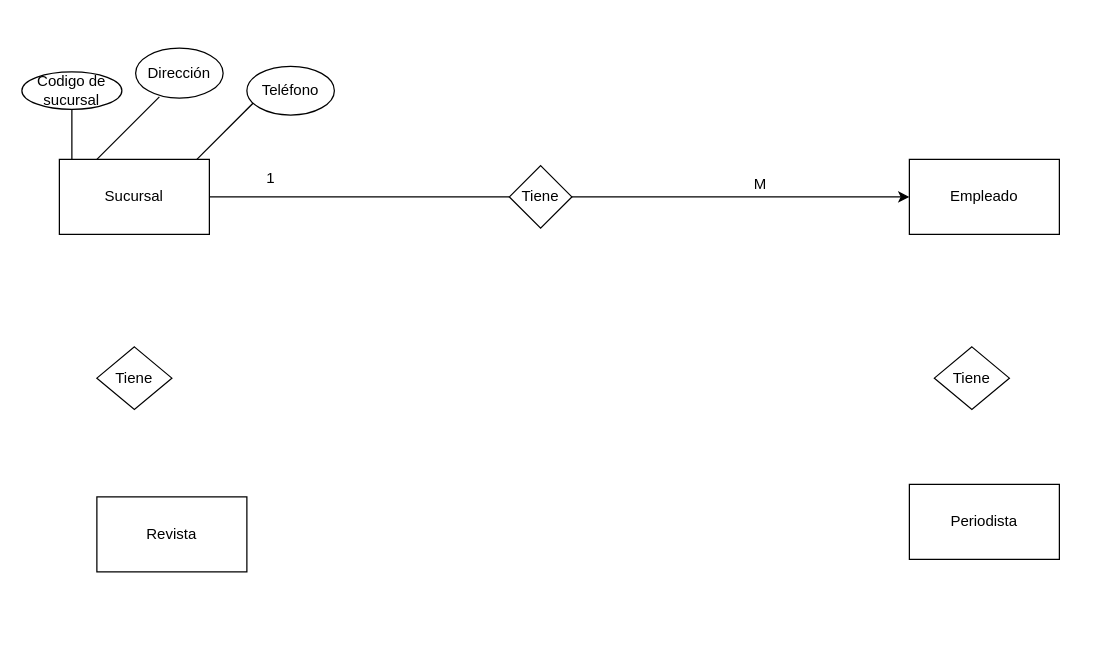
Before: Entregable 2.drawio in Yoloxochitl001/BaseDedatos, a draw.io diagram. Source tidied: cells renumbered, new cells numbered last; positions are measured from the earlier drawing's top-left corner, leaving out a move shared by most shapes. Both pictures are drawn from the tidied source at 125%, with x=0, y=0 at pixel (21, 48).
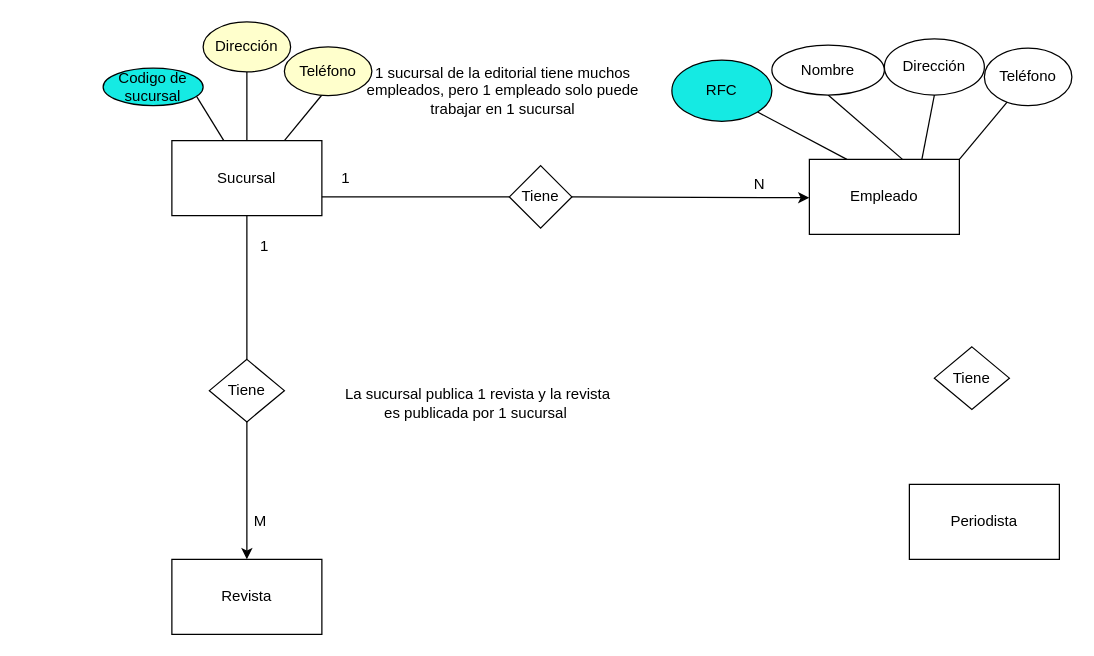
The same page after the edit.

Unchanged cells that the change refers to:
```xml
<mxCell id="8" value="Tiene" style="rhombus;whiteSpace=wrap;html=1;" parent="1" vertex="1">
  <mxGeometry x="390" y="94" width="50" height="50" as="geometry" />
</mxCell>
```

The edit, as a diff of the source:
```diff
@@
     <mxCell id="2" value="Sucursal" style="rounded=0;whiteSpace=wrap;html=1;" parent="1" vertex="1">
-      <mxGeometry x="30" y="89" width="120" height="60" as="geometry" />
+      <mxGeometry x="120" y="74" width="120" height="60" as="geometry" />
     </mxCell>
     <mxCell id="3" value="Empleado" style="rounded=0;whiteSpace=wrap;html=1;" parent="1" vertex="1">
-      <mxGeometry x="710" y="89" width="120" height="60" as="geometry" />
+      <mxGeometry x="630" y="89" width="120" height="60" as="geometry" />
     </mxCell>
     <mxCell id="4" value="Revista" style="rounded=0;whiteSpace=wrap;html=1;" parent="1" vertex="1">
-      <mxGeometry x="60" y="359" width="120" height="60" as="geometry" />
+      <mxGeometry x="120" y="409" width="120" height="60" as="geometry" />
     </mxCell>
@@
     <mxCell id="6" value="Tiene" style="rhombus;whiteSpace=wrap;html=1;" parent="1" vertex="1">
-      <mxGeometry x="60" y="239" width="60" height="50" as="geometry" />
+      <mxGeometry x="150" y="249" width="60" height="50" as="geometry" />
     </mxCell>
@@
-    <mxCell id="9" style="endArrow=none;html=1;rounded=0;entryX=0;entryY=0.5;entryDx=0;entryDy=0;exitX=1;exitY=0.5;exitDx=0;exitDy=0;" parent="1" edge="1" source="2" target="8">
-      <mxGeometry relative="1" as="geometry" />
+    <mxCell id="9" style="endArrow=none;html=1;rounded=0;entryX=0;entryY=0.5;entryDx=0;entryDy=0;" parent="1" edge="1" target="8">
+      <mxGeometry relative="1" as="geometry">
+        <mxPoint x="240" y="119" as="sourcePoint" />
+      </mxGeometry>
     </mxCell>
-    <mxCell id="10" style="endArrow=classic;html=1;rounded=0;entryX=0;entryY=0.5;entryDx=0;entryDy=0;" parent="1" edge="1" target="3">
+    <mxCell id="10" style="endArrow=classic;html=1;rounded=0;entryX=0.625;entryY=0.856;entryDx=0;entryDy=0;entryPerimeter=0;" parent="1" edge="1" target="19">
       <mxGeometry relative="1" as="geometry">
         <mxPoint x="440" y="119" as="sourcePoint" />
       </mxGeometry>
     </mxCell>
-    <mxCell id="11" style="endArrow=none;html=1;rounded=0;" parent="1" edge="1" source="13">
-      <mxGeometry relative="1" as="geometry">
-        <mxPoint x="40" y="49" as="targetPoint" />
-      </mxGeometry>
-    </mxCell>
-    <mxCell id="12" style="endArrow=none;html=1;rounded=0;" parent="1" edge="1" target="13">
-      <mxGeometry relative="1" as="geometry">
-        <mxPoint x="40" y="89" as="sourcePoint" />
-      </mxGeometry>
-    </mxCell>
-    <mxCell id="13" value="Codigo de sucursal" style="ellipse;whiteSpace=wrap;html=1;" parent="1" vertex="1">
-      <mxGeometry y="19" width="80" height="30" as="geometry" />
+    <mxCell id="13" value="Codigo de sucursal" style="ellipse;whiteSpace=wrap;html=1;fillColor=#15EAE3;" parent="1" vertex="1">
+      <mxGeometry x="65" y="16" width="80" height="30" as="geometry" />
     </mxCell>
-    <mxCell id="14" style="endArrow=none;html=1;rounded=0;" parent="1" edge="1">
+    <mxCell id="14" style="endArrow=none;html=1;rounded=0;exitX=0.5;exitY=0;exitDx=0;exitDy=0;" parent="1" edge="1" source="2">
       <mxGeometry relative="1" as="geometry">
-        <mxPoint x="60" y="89" as="sourcePoint" />
-        <mxPoint x="110" y="39" as="targetPoint" />
+        <mxPoint x="180" y="19" as="targetPoint" />
       </mxGeometry>
     </mxCell>
-    <mxCell id="15" value="Dirección" style="ellipse;whiteSpace=wrap;html=1;" parent="1" vertex="1">
-      <mxGeometry x="91" width="70" height="40" as="geometry" />
+    <mxCell id="15" value="Dirección" style="ellipse;whiteSpace=wrap;html=1;fillColor=#FFFFCC;" parent="1" vertex="1">
+      <mxGeometry x="145" y="-21" width="70" height="40" as="geometry" />
     </mxCell>
-    <mxCell id="16" style="endArrow=none;html=1;rounded=0;" parent="1" edge="1">
+    <mxCell id="16" style="endArrow=none;html=1;rounded=0;exitX=0.75;exitY=0;exitDx=0;exitDy=0;" parent="1" edge="1" source="2">
       <mxGeometry relative="1" as="geometry">
-        <mxPoint x="140" y="89" as="sourcePoint" />
-        <mxPoint x="190" y="39" as="targetPoint" />
+        <mxPoint x="240" y="37.5" as="targetPoint" />
       </mxGeometry>
     </mxCell>
-    <mxCell id="17" value="Teléfono" style="ellipse;whiteSpace=wrap;html=1;" parent="1" vertex="1">
-      <mxGeometry x="180" y="14.5" width="70" height="39" as="geometry" />
+    <mxCell id="17" value="Teléfono" style="ellipse;whiteSpace=wrap;html=1;fillColor=#FFFFCC;" parent="1" vertex="1">
+      <mxGeometry x="210" y="-1" width="70" height="39" as="geometry" />
     </mxCell>
     <mxCell id="18" value="1" style="text;strokeColor=none;fillColor=none;align=left;verticalAlign=middle;spacingLeft=4;spacingRight=4;overflow=hidden;whiteSpace=wrap;html=1;" parent="1" vertex="1">
-      <mxGeometry x="190" y="89" width="20" height="30" as="geometry" />
+      <mxGeometry x="250" y="89" width="20" height="30" as="geometry" />
     </mxCell>
-    <mxCell id="19" value="M" style="text;strokeColor=none;fillColor=none;align=left;verticalAlign=middle;spacingLeft=4;spacingRight=4;overflow=hidden;points=[[0,0.5],[1,0.5]];portConstraint=eastwest;whiteSpace=wrap;html=1;" parent="1" vertex="1">
+    <mxCell id="19" value="N" style="text;strokeColor=none;fillColor=none;align=left;verticalAlign=middle;spacingLeft=4;spacingRight=4;overflow=hidden;points=[[0,0.5],[1,0.5]];portConstraint=eastwest;whiteSpace=wrap;html=1;" parent="1" vertex="1">
       <mxGeometry x="580" y="94" width="80" height="30" as="geometry" />
     </mxCell>
+    <mxCell id="20" style="endArrow=none;html=1;rounded=0;entryX=1;entryY=1;entryDx=0;entryDy=0;exitX=0.25;exitY=0;exitDx=0;exitDy=0;" parent="1" edge="1" source="3" target="21">
+      <mxGeometry relative="1" as="geometry" />
+    </mxCell>
+    <mxCell id="21" value="RFC" style="ellipse;whiteSpace=wrap;html=1;fillColor=#15EAE3;" parent="1" vertex="1">
+      <mxGeometry x="520" y="9.5" width="80" height="49" as="geometry" />
+    </mxCell>
+    <mxCell id="22" style="endArrow=none;html=1;rounded=0;entryX=0.5;entryY=1;entryDx=0;entryDy=0;" parent="1" edge="1" target="23">
+      <mxGeometry relative="1" as="geometry">
+        <mxPoint x="704.5" y="89" as="sourcePoint" />
+      </mxGeometry>
+    </mxCell>
+    <mxCell id="23" value="Nombre" style="ellipse;whiteSpace=wrap;html=1;" parent="1" vertex="1">
+      <mxGeometry x="600" y="-2.5" width="90" height="40" as="geometry" />
+    </mxCell>
+    <mxCell id="24" style="endArrow=none;html=1;rounded=0;entryX=0.5;entryY=1;entryDx=0;entryDy=0;" parent="1" edge="1" target="25">
+      <mxGeometry relative="1" as="geometry">
+        <mxPoint x="720" y="89" as="sourcePoint" />
+      </mxGeometry>
+    </mxCell>
+    <mxCell id="25" value="Dirección" style="ellipse;whiteSpace=wrap;html=1;" parent="1" vertex="1">
+      <mxGeometry x="690" y="-7.5" width="80" height="45" as="geometry" />
+    </mxCell>
+    <mxCell id="26" style="endArrow=none;html=1;rounded=0;" parent="1" edge="1" source="28">
+      <mxGeometry relative="1" as="geometry">
+        <mxPoint x="800" y="39" as="targetPoint" />
+      </mxGeometry>
+    </mxCell>
+    <mxCell id="27" style="endArrow=none;html=1;rounded=0;" parent="1" edge="1" target="28">
+      <mxGeometry relative="1" as="geometry">
+        <mxPoint x="750" y="89" as="sourcePoint" />
+      </mxGeometry>
+    </mxCell>
+    <mxCell id="28" value="Teléfono" style="ellipse;whiteSpace=wrap;html=1;" parent="1" vertex="1">
+      <mxGeometry x="770" width="70" height="46" as="geometry" />
+    </mxCell>
+    <mxCell id="29" value="1 sucursal de la editorial tiene muchos empleados, pero 1 empleado solo puede trabajar en 1 sucursal" style="text;html=1;strokeColor=none;fillColor=none;align=center;verticalAlign=middle;whiteSpace=wrap;rounded=0;" parent="1" vertex="1">
+      <mxGeometry x="260" y="-1" width="250" height="70" as="geometry" />
+    </mxCell>
+    <mxCell id="30" style="endArrow=none;html=1;rounded=0;exitX=0.5;exitY=0;exitDx=0;exitDy=0;entryX=0.5;entryY=1;entryDx=0;entryDy=0;" parent="1" edge="1" source="6" target="2">
+      <mxGeometry relative="1" as="geometry" />
+    </mxCell>
+    <mxCell id="31" style="endArrow=classic;html=1;rounded=0;entryX=0.5;entryY=0;entryDx=0;entryDy=0;exitX=0.5;exitY=1;exitDx=0;exitDy=0;" parent="1" edge="1" source="6" target="4">
+      <mxGeometry relative="1" as="geometry" />
+    </mxCell>
+    <mxCell id="32" value="La sucursal publica 1 revista y la revista es publicada por 1 sucursal&amp;nbsp;" style="text;html=1;strokeColor=none;fillColor=none;align=center;verticalAlign=middle;whiteSpace=wrap;rounded=0;" parent="1" vertex="1">
+      <mxGeometry x="250" y="269" width="230" height="30" as="geometry" />
+    </mxCell>
+    <mxCell id="33" value="1" style="text;strokeColor=none;fillColor=none;align=left;verticalAlign=middle;spacingLeft=4;spacingRight=4;overflow=hidden;whiteSpace=wrap;html=1;" parent="1" vertex="1">
+      <mxGeometry x="185" y="144" width="30" height="30" as="geometry" />
+    </mxCell>
+    <mxCell id="34" value="M" style="text;strokeColor=none;fillColor=none;align=left;verticalAlign=middle;spacingLeft=4;spacingRight=4;overflow=hidden;whiteSpace=wrap;html=1;" parent="1" vertex="1">
+      <mxGeometry x="180" y="364" width="40" height="30" as="geometry" />
+    </mxCell>
+    <mxCell id="35" style="endArrow=none;html=1;rounded=0;" parent="1" edge="1" source="2">
+      <mxGeometry relative="1" as="geometry">
+        <mxPoint x="140" y="39" as="targetPoint" />
+      </mxGeometry>
+    </mxCell>
```
